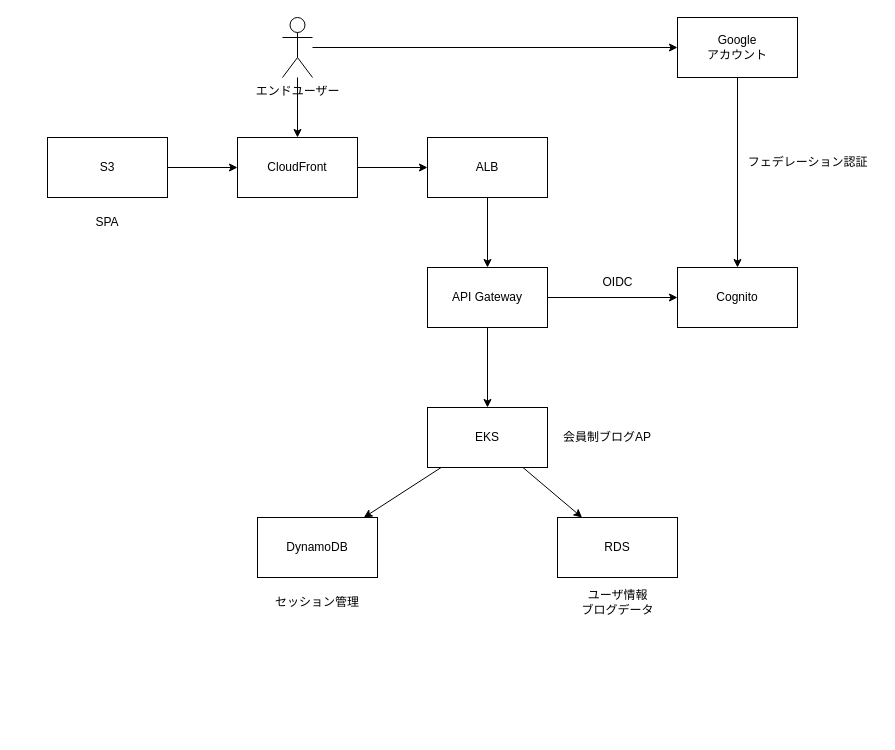
Earlier version of the draw.io diagram docs/design/architecture.dio (kujiraf/my-sample-web). Source tidied: cells renumbered, new cells numbered last; positions are measured from the earlier drawing's top-left corner, leaving out a move shared by most shapes. Both pictures are drawn from the tidied source at 100%, with x=0, y=0 at pixel (47, 17).
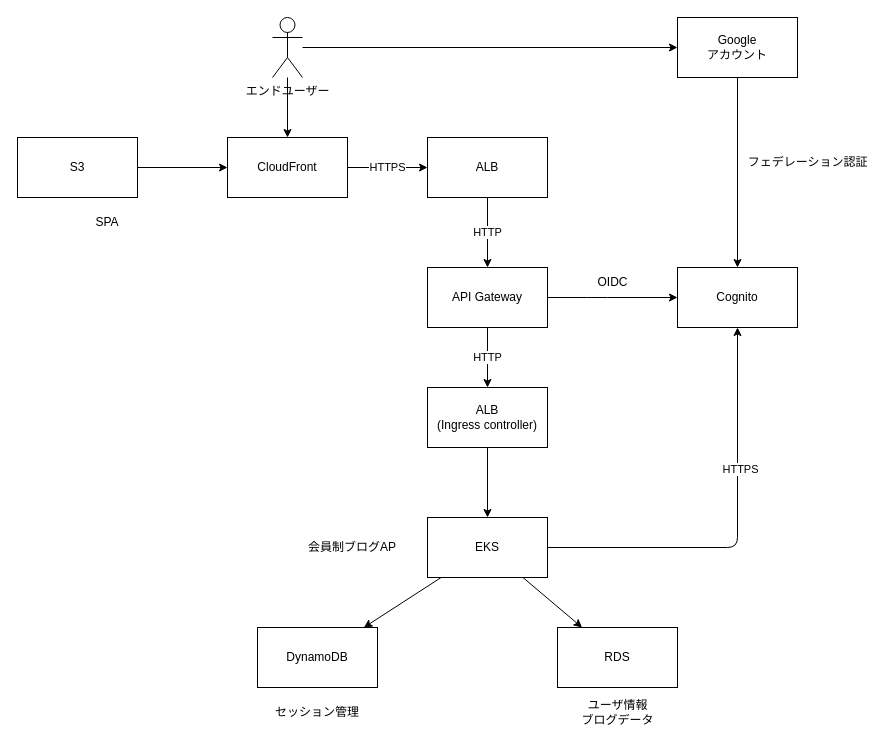
After the change.

Commit message (it also covers changes not shown here):
mod uml

Unchanged cells that the change refers to:
```xml
<mxCell id="7" value="ALB" style="rounded=0;whiteSpace=wrap;html=1;" parent="1" vertex="1">
  <mxGeometry x="380" y="120" width="120" height="60" as="geometry" />
</mxCell>
<mxCell id="19" value="API Gateway" style="rounded=0;whiteSpace=wrap;html=1;" parent="1" vertex="1">
  <mxGeometry x="380" y="250" width="120" height="60" as="geometry" />
</mxCell>
<mxCell id="21" value="Cognito" style="rounded=0;whiteSpace=wrap;html=1;" parent="1" vertex="1">
  <mxGeometry x="630" y="250" width="120" height="60" as="geometry" />
</mxCell>
```

Diff of the diagram source:
```diff
@@
     <mxCell id="3" value="S3" style="rounded=0;whiteSpace=wrap;html=1;" parent="1" vertex="1">
-      <mxGeometry y="120" width="120" height="60" as="geometry" />
+      <mxGeometry x="-30" y="120" width="120" height="60" as="geometry" />
     </mxCell>
-    <mxCell id="4" style="edgeStyle=none;html=1;" parent="1" edge="1" source="5" target="7">
+    <mxCell id="4" value="HTTPS" style="edgeStyle=none;html=1;" parent="1" edge="1" source="5" target="7">
       <mxGeometry relative="1" as="geometry" />
     </mxCell>
     <mxCell id="5" value="CloudFront" style="rounded=0;whiteSpace=wrap;html=1;" parent="1" vertex="1">
-      <mxGeometry x="190" y="120" width="120" height="60" as="geometry" />
+      <mxGeometry x="180" y="120" width="120" height="60" as="geometry" />
     </mxCell>
-    <mxCell id="6" style="edgeStyle=none;html=1;" parent="1" edge="1" source="7" target="19">
+    <mxCell id="6" value="HTTP" style="edgeStyle=none;html=1;" parent="1" edge="1" source="7" target="19">
       <mxGeometry relative="1" as="geometry" />
     </mxCell>
@@
+    <mxCell id="28" style="edgeStyle=none;html=1;entryX=0.5;entryY=1;entryDx=0;entryDy=0;" parent="1" edge="1" source="10" target="21">
+      <mxGeometry relative="1" as="geometry">
+        <Array as="points">
+          <mxPoint x="690" y="530" />
+        </Array>
+      </mxGeometry>
+    </mxCell>
+    <mxCell id="29" value="HTTPS" style="edgeLabel;html=1;align=center;verticalAlign=middle;" parent="28" vertex="1">
+      <mxGeometry x="0.31" y="-2" relative="1" as="geometry" />
+    </mxCell>
     <mxCell id="10" value="EKS" style="rounded=0;whiteSpace=wrap;html=1;" parent="1" vertex="1">
-      <mxGeometry x="380" y="390" width="120" height="60" as="geometry" />
+      <mxGeometry x="380" y="500" width="120" height="60" as="geometry" />
     </mxCell>
     <mxCell id="11" value="DynamoDB" style="rounded=0;whiteSpace=wrap;html=1;" parent="1" vertex="1">
-      <mxGeometry x="210" y="500" width="120" height="60" as="geometry" />
+      <mxGeometry x="210" y="610" width="120" height="60" as="geometry" />
     </mxCell>
     <mxCell id="12" value="RDS" style="rounded=0;whiteSpace=wrap;html=1;" parent="1" vertex="1">
-      <mxGeometry x="510" y="500" width="120" height="60" as="geometry" />
+      <mxGeometry x="510" y="610" width="120" height="60" as="geometry" />
     </mxCell>
@@
     <mxCell id="15" value="エンドユーザー" style="shape=umlActor;verticalLabelPosition=bottom;verticalAlign=top;html=1;outlineConnect=0;" parent="1" vertex="1">
-      <mxGeometry x="235" width="30" height="60" as="geometry" />
+      <mxGeometry x="225" width="30" height="60" as="geometry" />
     </mxCell>
     <mxCell id="16" value="セッション管理" style="text;html=1;strokeColor=none;fillColor=none;align=center;verticalAlign=middle;whiteSpace=wrap;rounded=0;" parent="1" vertex="1">
-      <mxGeometry x="220" y="570" width="100" height="30" as="geometry" />
+      <mxGeometry x="220" y="680" width="100" height="30" as="geometry" />
     </mxCell>
-    <mxCell id="17" style="edgeStyle=none;html=1;" parent="1" edge="1" source="19" target="10">
-      <mxGeometry relative="1" as="geometry" />
-    </mxCell>
-    <mxCell id="18" style="edgeStyle=none;html=1;" parent="1" edge="1" source="19" target="21">
-      <mxGeometry relative="1" as="geometry" />
+    <mxCell id="18" style="edgeStyle=none;html=1;exitX=1;exitY=0.5;exitDx=0;exitDy=0;" parent="1" edge="1" source="19" target="21">
+      <mxGeometry relative="1" as="geometry">
+        <Array as="points">
+          <mxPoint x="550" y="280" />
+        </Array>
+      </mxGeometry>
     </mxCell>
+    <mxCell id="30" value="HTTP" style="edgeStyle=none;html=1;" parent="1" edge="1" source="19" target="32">
+      <mxGeometry relative="1" as="geometry" />
+    </mxCell>
@@
     <mxCell id="20" value="ユーザ情報&lt;br&gt;ブログデータ" style="text;html=1;align=center;verticalAlign=middle;strokeColor=none;fillColor=none;" parent="1" vertex="1">
-      <mxGeometry x="520" y="565" width="100" height="40" as="geometry" />
+      <mxGeometry x="520" y="675" width="100" height="40" as="geometry" />
     </mxCell>
@@
     <mxCell id="23" value="会員制ブログAP" style="text;html=1;strokeColor=none;fillColor=none;align=center;verticalAlign=middle;whiteSpace=wrap;rounded=0;" parent="1" vertex="1">
-      <mxGeometry x="510" y="405" width="100" height="30" as="geometry" />
+      <mxGeometry x="255" y="515" width="100" height="30" as="geometry" />
     </mxCell>
     <mxCell id="24" value="OIDC" style="text;html=1;align=center;verticalAlign=middle;strokeColor=none;fillColor=none;" parent="1" vertex="1">
-      <mxGeometry x="545" y="250" width="50" height="30" as="geometry" />
+      <mxGeometry x="540" y="250" width="50" height="30" as="geometry" />
     </mxCell>
@@
+    <mxCell id="31" style="edgeStyle=none;html=1;" parent="1" edge="1" source="32" target="10">
+      <mxGeometry relative="1" as="geometry" />
+    </mxCell>
+    <mxCell id="32" value="ALB&lt;br&gt;(Ingress controller)" style="rounded=0;whiteSpace=wrap;html=1;" parent="1" vertex="1">
+      <mxGeometry x="380" y="370" width="120" height="60" as="geometry" />
+    </mxCell>
```
